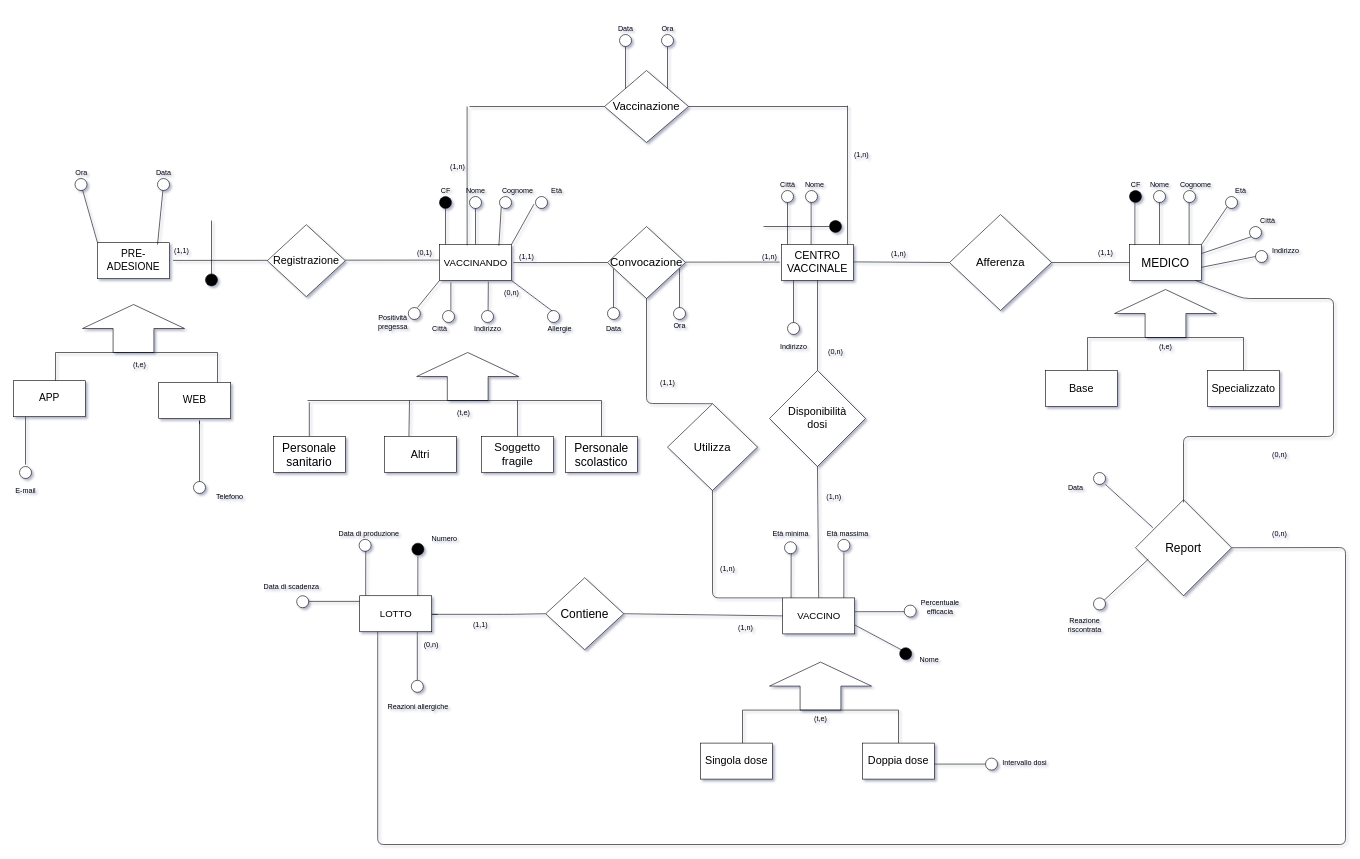
The draw.io diagram bd/Schema E/ERconcettuale.drawio in shaggyishere/VaccineDatabase, before the edit. Source tidied: cells renumbered, new cells numbered last; positions are measured from the earlier drawing's top-left corner, leaving out a move shared by most shapes. Both pictures are drawn from the tidied source at 60%, with x=0, y=0 at pixel (10, 22).
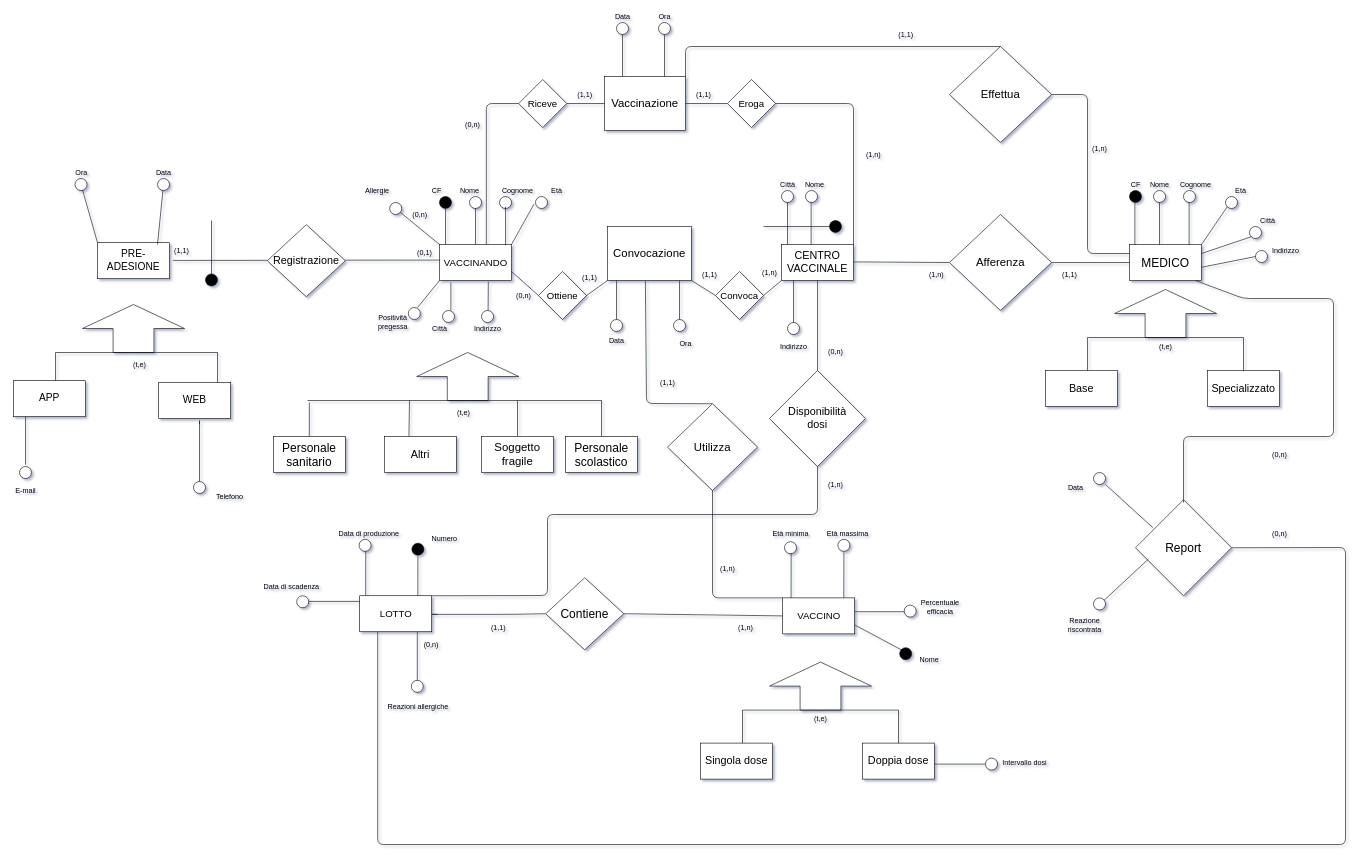
The same diagram, later.

Commit message:
Trasformate le associazioni VACCINAZIONE e CONVOCAZIONE in entità

Unchanged cells that the change refers to:
```xml
<mxCell id="2" style="rounded=0;whiteSpace=wrap;html=1;" parent="1" vertex="1">
  <mxGeometry x="715" y="370" width="120" height="60" as="geometry" />
</mxCell>
<mxCell id="3" value="VACCINANDO" style="text;html=1;align=center;verticalAlign=middle;points=[];fillColor=none;strokeColor=none;rounded=0;fontSize=16;" parent="1" vertex="1">
  <mxGeometry x="715" y="390" width="120" height="20" as="geometry" />
</mxCell>
<mxCell id="10" style="ellipse;whiteSpace=wrap;html=1;strokeWidth=1;" parent="1" vertex="1">
  <mxGeometry x="815" y="290" width="20" height="20" as="geometry" />
</mxCell>
<mxCell id="29" value="&lt;font style=&quot;font-size: 18px&quot;&gt;CENTRO VACCINALE&lt;/font&gt;" style="rounded=0;whiteSpace=wrap;html=1;strokeWidth=1;fillColor=#FFFFFF;" parent="1" vertex="1">
  <mxGeometry x="1285" y="370" width="120" height="60" as="geometry" />
</mxCell>
<mxCell id="65" value="&lt;blockquote style=&quot;font-size: 20px&quot;&gt;MEDICO&lt;/blockquote&gt;" style="whiteSpace=wrap;html=1;strokeWidth=1;fillColor=#FFFFFF;" parent="1" vertex="1">
  <mxGeometry x="1865" y="370" width="120" height="60" as="geometry" />
</mxCell>
<mxCell id="135" style="rounded=0;whiteSpace=wrap;html=1;" parent="1" vertex="1">
  <mxGeometry x="1287" y="959" width="120" height="60" as="geometry" />
</mxCell>
<mxCell id="138" style="rounded=0;whiteSpace=wrap;html=1;" parent="1" vertex="1">
  <mxGeometry x="582" y="955.4" width="120" height="60" as="geometry" />
</mxCell>
<mxCell id="187" value="&lt;font style=&quot;font-size: 19px&quot;&gt;Utilizza&lt;/font&gt;" style="rhombus;whiteSpace=wrap;html=1;strokeWidth=1;fillColor=#FFFFFF;" parent="1" vertex="1">
  <mxGeometry x="1095" y="635.4" width="150" height="144.6" as="geometry" />
</mxCell>
```

Change to the diagram source:
```diff
@@
     <mxCell id="6" value="&lt;div&gt;CF&lt;/div&gt;" style="text;html=1;align=center;verticalAlign=middle;strokeColor=none;" parent="1" vertex="1">
-      <mxGeometry x="710" y="270" width="30" height="20" as="geometry" />
+      <mxGeometry x="695" y="270" width="30" height="20" as="geometry" />
     </mxCell>
@@
     <mxCell id="9" value="Nome" style="text;html=1;align=center;verticalAlign=middle;strokeColor=none;" parent="1" vertex="1">
-      <mxGeometry x="750" y="270" width="50" height="20" as="geometry" />
+      <mxGeometry x="740" y="270" width="50" height="20" as="geometry" />
     </mxCell>
@@
-    <mxCell id="12" style="endArrow=none;html=1;entryX=0;entryY=1;entryDx=0;entryDy=0;exitX=0.825;exitY=0.033;exitDx=0;exitDy=0;exitPerimeter=0;" parent="1" edge="1" source="2" target="10">
-      <mxGeometry relative="1" as="geometry" />
+    <mxCell id="12" style="endArrow=none;html=1;exitX=0.918;exitY=0.023;exitDx=0;exitDy=0;exitPerimeter=0;" parent="1" edge="1" source="2">
+      <mxGeometry relative="1" as="geometry">
+        <mxPoint x="825" y="307" as="targetPoint" />
+      </mxGeometry>
     </mxCell>
@@
-    <mxCell id="16" style="endArrow=none;html=1;exitX=1;exitY=1;exitDx=0;exitDy=0;entryX=1;entryY=0.5;entryDx=0;entryDy=0;" parent="1" edge="1" source="2" target="17">
+    <mxCell id="16" style="endArrow=none;html=1;entryX=0;entryY=0;entryDx=0;entryDy=0;startArrow=none;" parent="1" edge="1" source="17" target="2">
       <mxGeometry relative="1" as="geometry" />
     </mxCell>
-    <mxCell id="17" style="ellipse;whiteSpace=wrap;html=1;strokeWidth=1;" parent="1" vertex="1">
-      <mxGeometry x="895" y="480" width="20" height="20" as="geometry" />
-    </mxCell>
     <mxCell id="18" value="&lt;div&gt;Allergie&lt;/div&gt;" style="text;html=1;align=center;verticalAlign=middle;strokeColor=none;" parent="1" vertex="1">
-      <mxGeometry x="885" y="500" width="60" height="20" as="geometry" />
+      <mxGeometry x="581" y="270" width="60" height="20" as="geometry" />
     </mxCell>
     <mxCell id="19" value="(0,n)" style="text;html=1;align=center;verticalAlign=middle;strokeColor=none;" parent="1" vertex="1">
-      <mxGeometry x="815" y="440" width="40" height="20" as="geometry" />
+      <mxGeometry x="662" y="310" width="40" height="20" as="geometry" />
     </mxCell>
@@
-    <mxCell id="26" style="endArrow=none;html=1;exitX=1.024;exitY=0.507;exitDx=0;exitDy=0;exitPerimeter=0;" parent="1" edge="1" source="3">
-      <mxGeometry relative="1" as="geometry">
-        <mxPoint x="995" y="400" as="targetPoint" />
-      </mxGeometry>
-    </mxCell>
-    <mxCell id="27" value="&lt;font style=&quot;font-size: 19px&quot;&gt;Convocazione&lt;/font&gt;" style="rhombus;whiteSpace=wrap;html=1;strokeWidth=1;fillColor=#FFFFFF;" parent="1" vertex="1">
-      <mxGeometry x="995" y="340" width="130" height="120" as="geometry" />
+    <mxCell id="27" value="&lt;font style=&quot;font-size: 19px&quot;&gt;Convocazione&lt;/font&gt;" style="rectangle;whiteSpace=wrap;html=1;strokeWidth=1;fillColor=#FFFFFF;" parent="1" vertex="1">
+      <mxGeometry x="995" y="340" width="140" height="90" as="geometry" />
     </mxCell>
-    <mxCell id="28" style="endArrow=none;html=1;exitX=1.024;exitY=0.507;exitDx=0;exitDy=0;exitPerimeter=0;" parent="1" edge="1">
-      <mxGeometry relative="1" as="geometry">
-        <mxPoint x="1125" y="399.4" as="sourcePoint" />
-        <mxPoint x="1282.1" y="399.3" as="targetPoint" />
-      </mxGeometry>
+    <mxCell id="28" style="endArrow=none;html=1;exitX=1;exitY=0.5;exitDx=0;exitDy=0;entryX=0;entryY=1;entryDx=0;entryDy=0;" parent="1" edge="1" source="202" target="29">
+      <mxGeometry relative="1" as="geometry" />
     </mxCell>
@@
-    <mxCell id="40" value="(1,1)" style="text;html=1;align=center;verticalAlign=middle;strokeColor=none;" parent="1" vertex="1">
-      <mxGeometry x="840" y="380" width="40" height="20" as="geometry" />
+    <mxCell id="40" value="(0,n)" style="text;html=1;align=center;verticalAlign=middle;strokeColor=none;" parent="1" vertex="1">
+      <mxGeometry x="835" y="445" width="40" height="20" as="geometry" />
     </mxCell>
     <mxCell id="41" value="(1,n)" style="text;html=1;align=center;verticalAlign=middle;strokeColor=none;" parent="1" vertex="1">
-      <mxGeometry x="1245" y="380" width="40" height="20" as="geometry" />
+      <mxGeometry x="1245" y="407" width="40" height="20" as="geometry" />
     </mxCell>
-    <mxCell id="42" style="endArrow=none;html=1;exitX=0.384;exitY=0.024;exitDx=0;exitDy=0;exitPerimeter=0;" parent="1" edge="1" source="2">
-      <mxGeometry relative="1" as="geometry">
-        <mxPoint x="761" y="140" as="targetPoint" />
-      </mxGeometry>
-    </mxCell>
-    <mxCell id="43" style="endArrow=none;html=1;exitX=0.384;exitY=0.024;exitDx=0;exitDy=0;exitPerimeter=0;" parent="1" edge="1">
-      <mxGeometry relative="1" as="geometry">
-        <mxPoint x="1395.1" y="370" as="sourcePoint" />
-        <mxPoint x="1395" y="138.6" as="targetPoint" />
-      </mxGeometry>
-    </mxCell>
-    <mxCell id="44" style="endArrow=none;html=1;exitX=0;exitY=0.5;exitDx=0;exitDy=0;" parent="1" edge="1" source="46">
-      <mxGeometry relative="1" as="geometry">
-        <mxPoint x="765" y="140" as="targetPoint" />
-      </mxGeometry>
-    </mxCell>
-    <mxCell id="45" style="endArrow=none;html=1;entryX=1;entryY=0.5;entryDx=0;entryDy=0;" parent="1" edge="1" target="46">
-      <mxGeometry relative="1" as="geometry">
-        <mxPoint x="1395" y="140" as="sourcePoint" />
-      </mxGeometry>
-    </mxCell>
-    <mxCell id="46" value="&lt;font style=&quot;font-size: 19px&quot;&gt;Vaccinazione&lt;/font&gt;" style="rhombus;whiteSpace=wrap;html=1;strokeWidth=1;fillColor=#FFFFFF;" parent="1" vertex="1">
-      <mxGeometry x="990" y="80" width="140" height="120" as="geometry" />
+    <mxCell id="46" value="&lt;font style=&quot;font-size: 19px&quot;&gt;Vaccinazione&lt;/font&gt;" style="rectangle;whiteSpace=wrap;html=1;strokeWidth=1;fillColor=#FFFFFF;" parent="1" vertex="1">
+      <mxGeometry x="990" y="90" width="135" height="90" as="geometry" />
     </mxCell>
     <mxCell id="47" style="endArrow=none;html=1;entryX=0;entryY=1;entryDx=0;entryDy=0;" parent="1" edge="1">
       <mxGeometry relative="1" as="geometry">
-        <mxPoint x="1025" y="110" as="sourcePoint" />
-        <mxPoint x="1025" y="40" as="targetPoint" />
+        <mxPoint x="1020" y="90" as="sourcePoint" />
+        <mxPoint x="1020" y="20" as="targetPoint" />
       </mxGeometry>
     </mxCell>
     <mxCell id="48" style="endArrow=none;html=1;entryX=0;entryY=1;entryDx=0;entryDy=0;" parent="1" edge="1">
       <mxGeometry relative="1" as="geometry">
-        <mxPoint x="1095" y="110" as="sourcePoint" />
-        <mxPoint x="1095" y="40" as="targetPoint" />
+        <mxPoint x="1090" y="90" as="sourcePoint" />
+        <mxPoint x="1090" y="20" as="targetPoint" />
       </mxGeometry>
     </mxCell>
     <mxCell id="49" style="endArrow=none;html=1;entryX=0;entryY=1;entryDx=0;entryDy=0;" parent="1" edge="1">
       <mxGeometry relative="1" as="geometry">
-        <mxPoint x="1005" y="480" as="sourcePoint" />
-        <mxPoint x="1005" y="410" as="targetPoint" />
+        <mxPoint x="1010" y="500" as="sourcePoint" />
+        <mxPoint x="1010" y="430" as="targetPoint" />
       </mxGeometry>
     </mxCell>
     <mxCell id="50" style="endArrow=none;html=1;entryX=0;entryY=1;entryDx=0;entryDy=0;" parent="1" edge="1">
       <mxGeometry relative="1" as="geometry">
-        <mxPoint x="1115" y="480" as="sourcePoint" />
-        <mxPoint x="1115" y="410" as="targetPoint" />
+        <mxPoint x="1115" y="500" as="sourcePoint" />
+        <mxPoint x="1115" y="430" as="targetPoint" />
       </mxGeometry>
     </mxCell>
-    <mxCell id="51" style="endArrow=none;html=1;entryX=0.5;entryY=0;entryDx=0;entryDy=0;exitX=0.5;exitY=1;exitDx=0;exitDy=0;" parent="1" edge="1" source="27" target="187">
+    <mxCell id="51" style="endArrow=none;html=1;entryX=0.5;entryY=0;entryDx=0;entryDy=0;exitX=0.451;exitY=1.009;exitDx=0;exitDy=0;exitPerimeter=0;" parent="1" edge="1" source="27" target="187">
       <mxGeometry relative="1" as="geometry">
         <Array as="points">
           <mxPoint x="1060" y="635" />
         </Array>
       </mxGeometry>
     </mxCell>
     <mxCell id="52" style="ellipse;whiteSpace=wrap;html=1;strokeWidth=1;" parent="1" vertex="1">
-      <mxGeometry x="1085" y="20" width="20" height="20" as="geometry" />
+      <mxGeometry x="1080" width="20" height="20" as="geometry" />
     </mxCell>
     <mxCell id="53" style="ellipse;whiteSpace=wrap;html=1;strokeWidth=1;" parent="1" vertex="1">
-      <mxGeometry x="1015" y="20" width="20" height="20" as="geometry" />
+      <mxGeometry x="1010" width="20" height="20" as="geometry" />
     </mxCell>
     <mxCell id="54" style="ellipse;whiteSpace=wrap;html=1;strokeWidth=1;" parent="1" vertex="1">
-      <mxGeometry x="1105" y="475" width="20" height="20" as="geometry" />
+      <mxGeometry x="1105" y="495" width="20" height="20" as="geometry" />
     </mxCell>
     <mxCell id="55" style="ellipse;whiteSpace=wrap;html=1;strokeWidth=1;" parent="1" vertex="1">
-      <mxGeometry x="995" y="475" width="20" height="20" as="geometry" />
+      <mxGeometry x="1000" y="495" width="20" height="20" as="geometry" />
     </mxCell>
     <mxCell id="56" value="Data" style="text;html=1;align=center;verticalAlign=middle;strokeColor=none;" parent="1" vertex="1">
-      <mxGeometry x="1005" width="40" height="20" as="geometry" />
+      <mxGeometry x="1000" y="-20" width="40" height="20" as="geometry" />
     </mxCell>
     <mxCell id="57" value="Data" style="text;html=1;align=center;verticalAlign=middle;strokeColor=none;" parent="1" vertex="1">
-      <mxGeometry x="985" y="500" width="40" height="20" as="geometry" />
+      <mxGeometry x="990" y="520" width="40" height="20" as="geometry" />
     </mxCell>
     <mxCell id="58" value="Ora" style="text;html=1;align=center;verticalAlign=middle;strokeColor=none;" parent="1" vertex="1">
-      <mxGeometry x="1095" y="495" width="40" height="20" as="geometry" />
+      <mxGeometry x="1105" y="525" width="40" height="20" as="geometry" />
     </mxCell>
     <mxCell id="59" value="Ora" style="text;html=1;align=center;verticalAlign=middle;strokeColor=none;" parent="1" vertex="1">
-      <mxGeometry x="1075" width="40" height="20" as="geometry" />
+      <mxGeometry x="1070" y="-20" width="40" height="20" as="geometry" />
     </mxCell>
@@
-    <mxCell id="92" style="endArrow=none;html=1;exitX=0.5;exitY=1;exitDx=0;exitDy=0;entryX=0.5;entryY=0;entryDx=0;entryDy=0;" parent="1" edge="1" target="135">
+    <mxCell id="92" style="endArrow=none;html=1;exitX=0.5;exitY=1;exitDx=0;exitDy=0;entryX=1;entryY=0;entryDx=0;entryDy=0;" parent="1" edge="1" target="138">
       <mxGeometry relative="1" as="geometry">
         <mxPoint x="1345" y="740" as="sourcePoint" />
+        <Array as="points">
+          <mxPoint x="1345" y="820" />
+          <mxPoint x="895" y="820" />
+          <mxPoint x="895" y="955" />
+        </Array>
       </mxGeometry>
     </mxCell>
@@
     <mxCell id="103" value="(1,n)" style="text;html=1;align=center;verticalAlign=middle;strokeColor=none;" parent="1" vertex="1">
-      <mxGeometry x="1462.5" y="376" width="35" height="18" as="geometry" />
+      <mxGeometry x="1525" y="412" width="35" height="18" as="geometry" />
     </mxCell>
@@
     <mxCell id="105" value="(1,1)" style="text;html=1;align=center;verticalAlign=middle;strokeColor=none;" parent="1" vertex="1">
-      <mxGeometry x="1805" y="374" width="40" height="20" as="geometry" />
+      <mxGeometry x="1745" y="410" width="40" height="20" as="geometry" />
     </mxCell>
@@
     <mxCell id="132" value="(1,1)" style="text;html=1;align=center;verticalAlign=middle;strokeColor=none;" parent="1" vertex="1">
-      <mxGeometry x="765" y="995.4" width="35" height="18" as="geometry" />
+      <mxGeometry x="795" y="1000" width="35" height="18" as="geometry" />
     </mxCell>
@@
     <mxCell id="140" value="(1,n)" style="text;html=1;align=center;verticalAlign=middle;strokeColor=none;" parent="1" vertex="1">
-      <mxGeometry x="1352" y="780" width="40" height="20" as="geometry" />
+      <mxGeometry x="1354.5" y="760" width="40" height="20" as="geometry" />
     </mxCell>
@@
     <mxCell id="179" value="(1,n)" style="text;html=1;align=center;verticalAlign=middle;strokeColor=none;" parent="1" vertex="1">
-      <mxGeometry x="1400" y="212" width="35" height="18" as="geometry" />
+      <mxGeometry x="1420" y="212" width="35" height="18" as="geometry" />
     </mxCell>
-    <mxCell id="180" value="(1,n)" style="text;html=1;align=center;verticalAlign=middle;strokeColor=none;" parent="1" vertex="1">
-      <mxGeometry x="725" y="230" width="40" height="20" as="geometry" />
+    <mxCell id="180" value="(0,n)" style="text;html=1;align=center;verticalAlign=middle;strokeColor=none;" parent="1" vertex="1">
+      <mxGeometry x="750" y="160" width="40" height="20" as="geometry" />
     </mxCell>
@@
+    <mxCell id="199" value="&lt;font style=&quot;font-size: 19px&quot;&gt;Effettua&lt;/font&gt;" style="rhombus;whiteSpace=wrap;html=1;strokeWidth=1;fillColor=#FFFFFF;" parent="1" vertex="1">
+      <mxGeometry x="1565" y="40" width="170" height="160" as="geometry" />
+    </mxCell>
+    <mxCell id="200" style="endArrow=none;html=1;entryX=1;entryY=0.5;entryDx=0;entryDy=0;exitX=0;exitY=0.25;exitDx=0;exitDy=0;" parent="1" edge="1" source="65" target="199">
+      <mxGeometry relative="1" as="geometry">
+        <Array as="points">
+          <mxPoint x="1795" y="385" />
+          <mxPoint x="1795" y="120" />
+        </Array>
+      </mxGeometry>
+    </mxCell>
+    <mxCell id="201" value="(1,n)" style="text;html=1;align=center;verticalAlign=middle;strokeColor=none;" parent="1" vertex="1">
+      <mxGeometry x="1795" y="200" width="40" height="20" as="geometry" />
+    </mxCell>
+    <mxCell id="202" value="&lt;font style=&quot;font-size: 16px&quot;&gt;Convoca&lt;/font&gt;" style="rhombus;whiteSpace=wrap;html=1;" parent="1" vertex="1">
+      <mxGeometry x="1175" y="415" width="80" height="80" as="geometry" />
+    </mxCell>
+    <mxCell id="203" style="endArrow=none;html=1;entryX=1;entryY=1;entryDx=0;entryDy=0;exitX=0;exitY=0.5;exitDx=0;exitDy=0;" parent="1" edge="1" source="202" target="27">
+      <mxGeometry relative="1" as="geometry" />
+    </mxCell>
+    <mxCell id="204" value="&lt;font style=&quot;font-size: 16px&quot;&gt;Eroga&lt;/font&gt;" style="rhombus;whiteSpace=wrap;html=1;" parent="1" vertex="1">
+      <mxGeometry x="1195" y="95" width="80" height="80" as="geometry" />
+    </mxCell>
+    <mxCell id="205" value="&lt;font style=&quot;font-size: 16px&quot;&gt;Riceve&lt;/font&gt;" style="rhombus;whiteSpace=wrap;html=1;" parent="1" vertex="1">
+      <mxGeometry x="847" y="95" width="80" height="80" as="geometry" />
+    </mxCell>
+    <mxCell id="206" value="&lt;font style=&quot;font-size: 16px&quot;&gt;Ottiene&lt;/font&gt;" style="rhombus;whiteSpace=wrap;html=1;" parent="1" vertex="1">
+      <mxGeometry x="880" y="415" width="80" height="80" as="geometry" />
+    </mxCell>
+    <mxCell id="17" style="ellipse;whiteSpace=wrap;html=1;strokeWidth=1;" parent="1" vertex="1">
+      <mxGeometry x="632" y="300" width="20" height="20" as="geometry" />
+    </mxCell>
+    <mxCell id="207" style="endArrow=none;html=1;entryX=1;entryY=0.5;entryDx=0;entryDy=0;exitX=0;exitY=0.5;exitDx=0;exitDy=0;" parent="1" edge="1" source="46" target="205">
+      <mxGeometry relative="1" as="geometry" />
+    </mxCell>
+    <mxCell id="208" style="endArrow=none;html=1;exitX=0;exitY=0.5;exitDx=0;exitDy=0;" parent="1" edge="1" source="205">
+      <mxGeometry relative="1" as="geometry">
+        <mxPoint x="793" y="370" as="targetPoint" />
+        <Array as="points">
+          <mxPoint x="793" y="135" />
+        </Array>
+      </mxGeometry>
+    </mxCell>
+    <mxCell id="209" style="endArrow=none;html=1;entryX=1;entryY=0.5;entryDx=0;entryDy=0;exitX=0;exitY=0.5;exitDx=0;exitDy=0;" parent="1" edge="1" source="204" target="46">
+      <mxGeometry relative="1" as="geometry" />
+    </mxCell>
+    <mxCell id="210" style="endArrow=none;html=1;entryX=1;entryY=0.5;entryDx=0;entryDy=0;exitX=1;exitY=0;exitDx=0;exitDy=0;" parent="1" edge="1" source="29" target="204">
+      <mxGeometry relative="1" as="geometry">
+        <Array as="points">
+          <mxPoint x="1405" y="135" />
+        </Array>
+      </mxGeometry>
+    </mxCell>
+    <mxCell id="211" style="endArrow=none;html=1;exitX=1;exitY=0.5;exitDx=0;exitDy=0;entryX=0;entryY=1;entryDx=0;entryDy=0;" parent="1" edge="1" source="206" target="27">
+      <mxGeometry relative="1" as="geometry" />
+    </mxCell>
+    <mxCell id="212" style="endArrow=none;html=1;exitX=0;exitY=0.5;exitDx=0;exitDy=0;entryX=1;entryY=0.75;entryDx=0;entryDy=0;" parent="1" edge="1" source="206" target="2">
+      <mxGeometry relative="1" as="geometry" />
+    </mxCell>
+    <mxCell id="213" style="endArrow=none;html=1;entryX=0.5;entryY=0;entryDx=0;entryDy=0;exitX=1;exitY=0;exitDx=0;exitDy=0;" parent="1" edge="1" source="46" target="199">
+      <mxGeometry relative="1" as="geometry">
+        <Array as="points">
+          <mxPoint x="1125" y="70" />
+          <mxPoint x="1125" y="40" />
+        </Array>
+      </mxGeometry>
+    </mxCell>
+    <mxCell id="214" value="(1,1)" style="text;html=1;align=center;verticalAlign=middle;strokeColor=none;" parent="1" vertex="1">
+      <mxGeometry x="1472" y="10" width="40" height="20" as="geometry" />
+    </mxCell>
+    <mxCell id="215" value="(1,1)" style="text;html=1;align=center;verticalAlign=middle;strokeColor=none;" parent="1" vertex="1">
+      <mxGeometry x="1135" y="110" width="40" height="20" as="geometry" />
+    </mxCell>
+    <mxCell id="216" value="(1,1)" style="text;html=1;align=center;verticalAlign=middle;strokeColor=none;" parent="1" vertex="1">
+      <mxGeometry x="1145" y="410" width="40" height="20" as="geometry" />
+    </mxCell>
+    <mxCell id="217" value="(1,1)" style="text;html=1;align=center;verticalAlign=middle;strokeColor=none;" parent="1" vertex="1">
+      <mxGeometry x="945" y="415" width="40" height="20" as="geometry" />
+    </mxCell>
+    <mxCell id="218" value="(1,1)" style="text;html=1;align=center;verticalAlign=middle;strokeColor=none;" parent="1" vertex="1">
+      <mxGeometry x="937" y="110" width="40" height="20" as="geometry" />
+    </mxCell>
```
